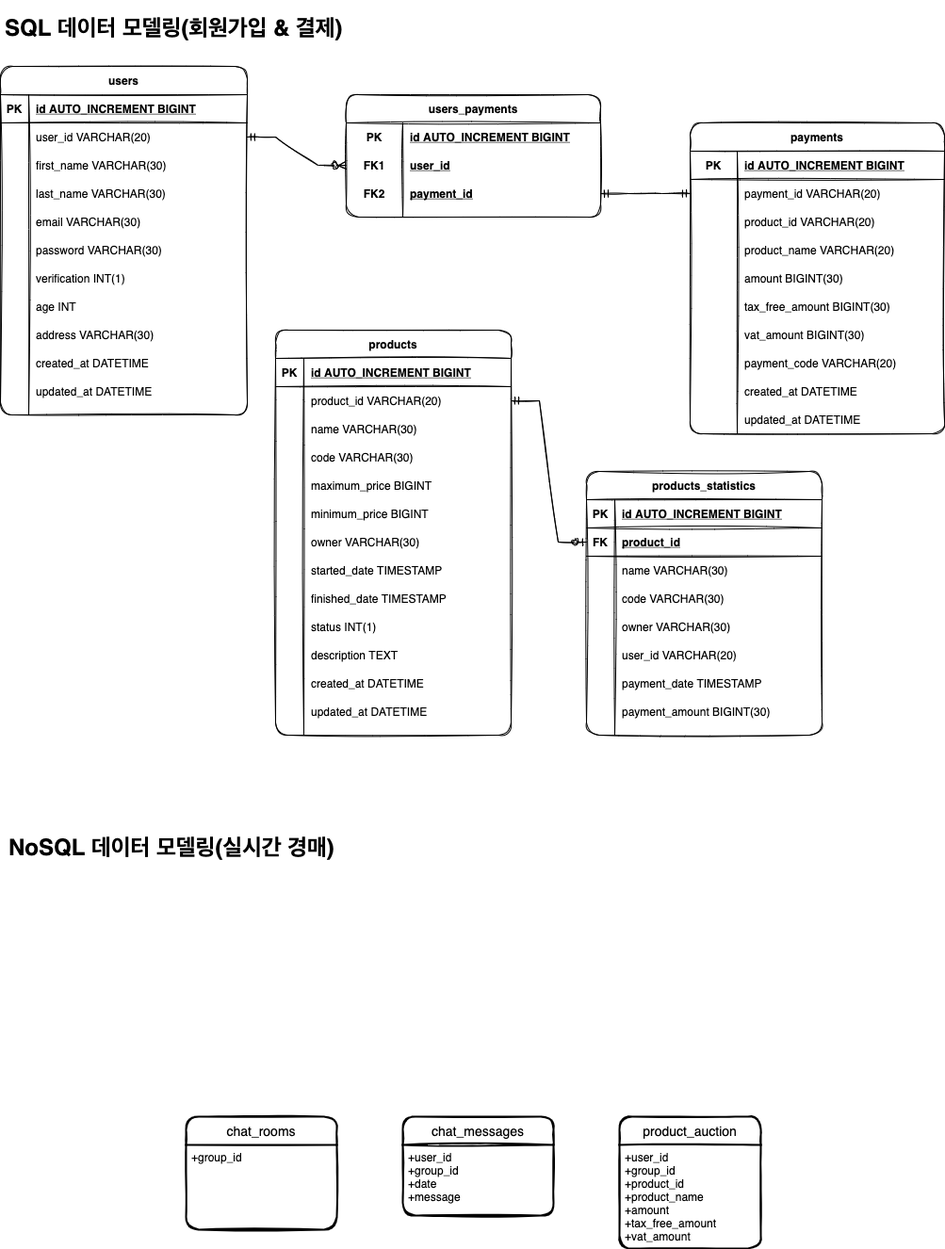
Before: sago_database_schema.png, a diagram exported from draw.io (AnneMayor/TestRepository). Source tidied: cells renumbered, new cells last; positions are measured from the earlier drawing's top-left corner, leaving out a move shared by most shapes.
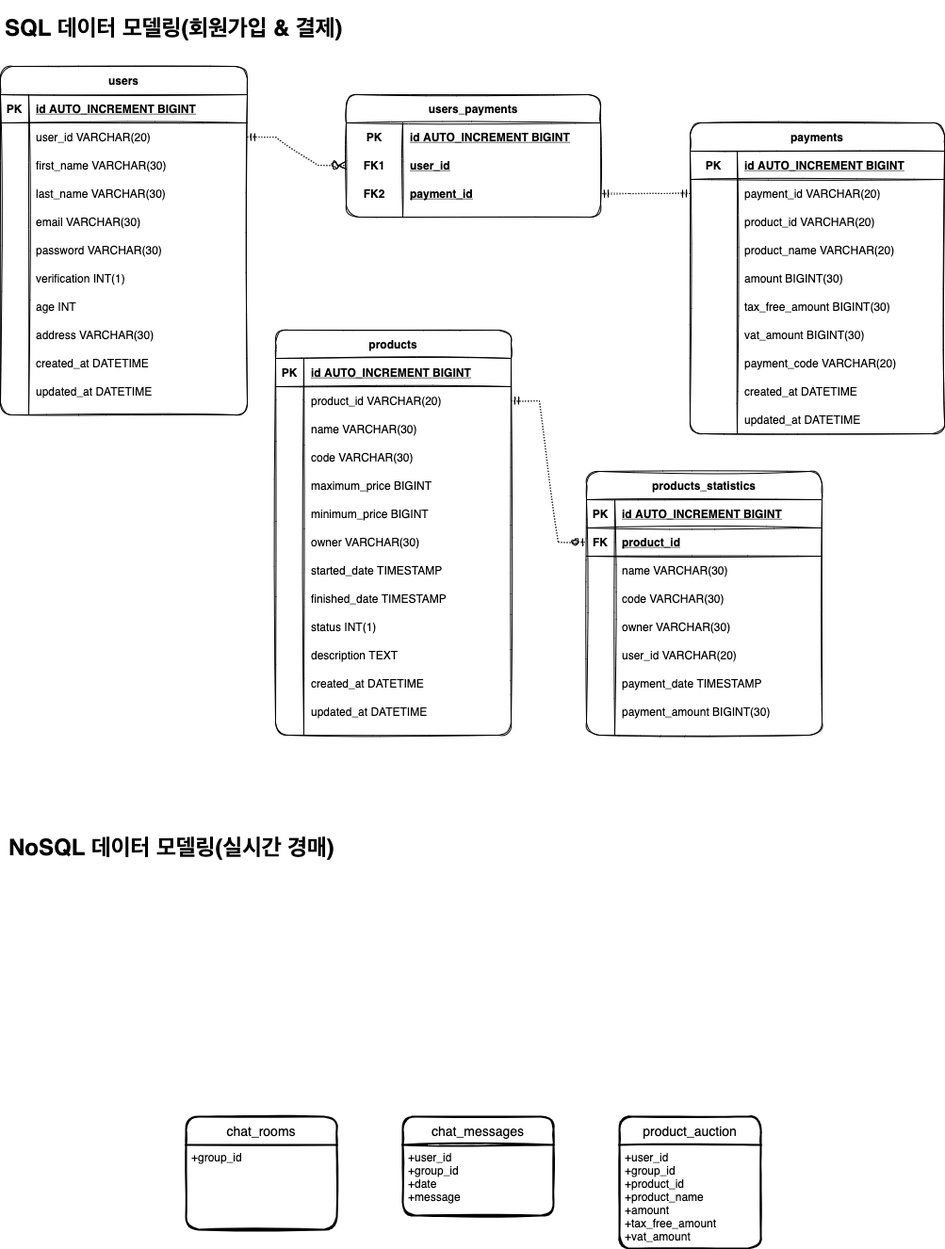
Above is the later version.

Commit message:
Updated the relationships between entities

Diff of the diagram source:
```diff
@@ -452,13 +452,13 @@
     <mxCell id="151" value="+user_id&#10;+group_id&#10;+product_id&#10;+product_name&#10;+amount&#10;+tax_free_amount&#10;+vat_amount" style="align=left;strokeColor=none;fillColor=none;spacingLeft=4;fontSize=12;verticalAlign=top;rounded=1;sketch=1;" parent="150" vertex="1">
       <mxGeometry y="30" width="150" height="110" as="geometry" />
     </mxCell>
-    <mxCell id="152" style="edgeStyle=entityRelationEdgeStyle;fontSize=12;html=1;endArrow=ERmandOne;startArrow=ERmandOne;rounded=0;sketch=1;entryX=1;entryY=0.5;entryDx=0;entryDy=0;exitX=0;exitY=0.5;exitDx=0;exitDy=0;" parent="1" edge="1" source="91" target="84">
+    <mxCell id="152" style="edgeStyle=entityRelationEdgeStyle;fontSize=12;html=1;endArrow=ERmandOne;startArrow=ERmandOne;rounded=0;sketch=1;entryX=1;entryY=0.5;entryDx=0;entryDy=0;exitX=0;exitY=0.5;exitDx=0;exitDy=0;dashed=1;dashPattern=1 2;" parent="1" edge="1" source="91" target="84">
       <mxGeometry relative="1" as="geometry" />
     </mxCell>
-    <mxCell id="153" style="edgeStyle=entityRelationEdgeStyle;fontSize=12;html=1;endArrow=ERzeroToMany;startArrow=ERmandOne;rounded=0;sketch=1;exitX=1;exitY=0.5;exitDx=0;exitDy=0;entryX=0;entryY=0.5;entryDx=0;entryDy=0;" parent="1" edge="1" source="6" target="81">
+    <mxCell id="153" style="edgeStyle=entityRelationEdgeStyle;fontSize=12;html=1;endArrow=ERzeroToMany;startArrow=ERmandOne;rounded=0;sketch=1;exitX=1;exitY=0.5;exitDx=0;exitDy=0;entryX=0;entryY=0.5;entryDx=0;entryDy=0;dashed=1;dashPattern=1 2;" parent="1" edge="1" source="6" target="81">
       <mxGeometry relative="1" as="geometry" />
     </mxCell>
-    <mxCell id="154" style="edgeStyle=entityRelationEdgeStyle;fontSize=12;html=1;endArrow=ERzeroToOne;startArrow=ERmandOne;rounded=0;sketch=1;entryX=0;entryY=0.5;entryDx=0;entryDy=0;exitX=1;exitY=0.5;exitDx=0;exitDy=0;" parent="1" edge="1" source="40" target="124">
+    <mxCell id="154" style="edgeStyle=entityRelationEdgeStyle;fontSize=12;html=1;endArrow=ERzeroToOne;startArrow=ERmandOne;rounded=0;sketch=1;entryX=0;entryY=0.5;entryDx=0;entryDy=0;exitX=1;exitY=0.5;exitDx=0;exitDy=0;dashed=1;dashPattern=1 2;" parent="1" edge="1" source="40" target="124">
       <mxGeometry relative="1" as="geometry" />
     </mxCell>
   </root>
```
